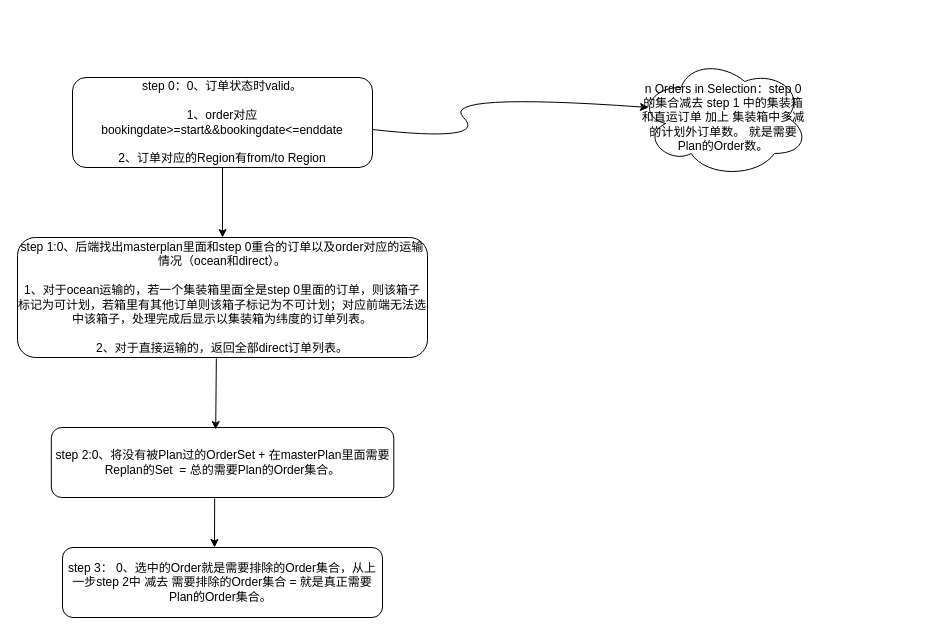
The draw.io diagram Untitled Diagram.drawio in qwertdafgdfg/java_Web-Shop, before the edit. Source tidied: cells renumbered, new cells numbered last; positions are measured from the earlier drawing's top-left corner, leaving out a move shared by most shapes. Both pictures are drawn from the tidied source at 100%, with x=0, y=0 at pixel (17, 57).
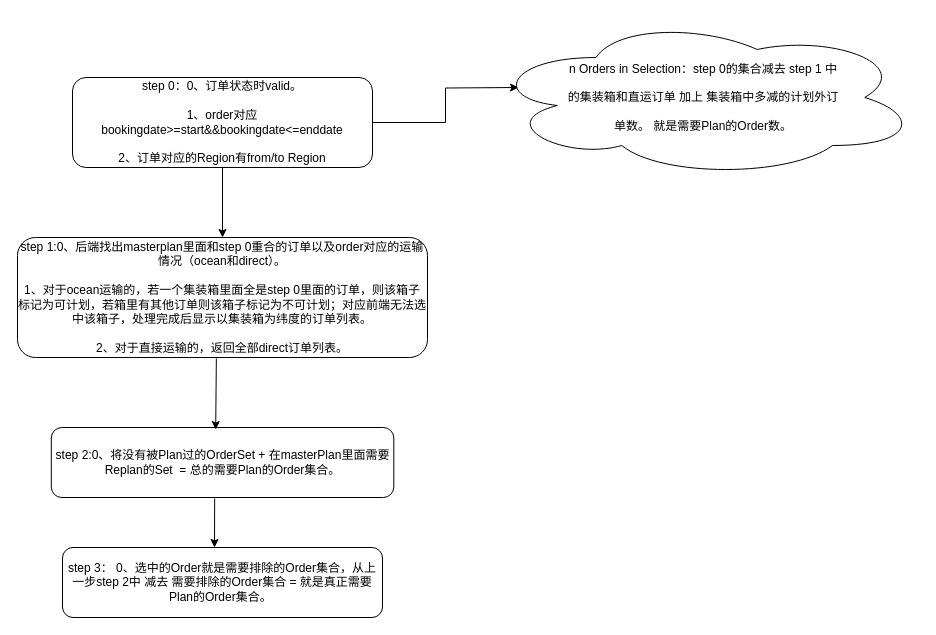
After the change.

What changed in the source:
```diff
@@
 <mxGraphModel>
   <root>
     <mxCell id="0" />
     <mxCell id="1" parent="0" />
+    <mxCell id="11" style="edgeStyle=orthogonalEdgeStyle;rounded=0;jettySize=auto;html=1;exitX=1;exitY=0.5;exitDx=0;exitDy=0;" parent="1" edge="1" source="2">
+      <mxGeometry relative="1" as="geometry">
+        <mxPoint x="501" y="30" as="targetPoint" />
+      </mxGeometry>
+    </mxCell>
     <mxCell id="2" value="step 0：0、订单状态时valid。&lt;br&gt;&lt;br&gt;1、order对应bookingdate&amp;gt;=start&amp;amp;&amp;amp;bookingdate&amp;lt;=enddate&lt;br&gt;&lt;br&gt;2、订单对应的Region有from/to Region" style="rounded=1;whiteSpace=wrap;html=1;" parent="1" vertex="1">
       <mxGeometry x="55" y="20" width="300" height="90" as="geometry" />
     </mxCell>
     <mxCell id="3" value="step 1:0、后端找出masterplan里面和step 0重合的订单以及order对应的运输情况（ocean和direct）。&lt;br&gt;&lt;br&gt;1、对于ocean运输的，若一个集装箱里面全是step 0里面的订单，则该箱子标记为可计划，若箱里有其他订单则该箱子标记为不可计划；对应前端无法选中该箱子，处理完成后显示以集装箱为纬度的订单列表。&lt;br&gt;&lt;br&gt;2、对于直接运输的，返回全部direct订单列表。" style="rounded=1;whiteSpace=wrap;html=1;" parent="1" vertex="1">
       <mxGeometry y="180" width="410" height="120" as="geometry" />
     </mxCell>
     <mxCell id="4" style="endArrow=classic;html=1;rounded=0;exitX=0.5;exitY=1;exitDx=0;exitDy=0;entryX=0.5;entryY=0;entryDx=0;entryDy=0;" parent="1" edge="1" source="2" target="3">
       <mxGeometry relative="1" as="geometry" />
     </mxCell>
     <mxCell id="5" value="step 2:0、将没有被Plan过的OrderSet + 在masterPlan里面需要Replan的Set&amp;nbsp; = 总的需要Plan的Order集合。" style="rounded=1;whiteSpace=wrap;html=1;" parent="1" vertex="1">
       <mxGeometry x="33.8" y="370" width="342.5" height="70" as="geometry" />
     </mxCell>
     <mxCell id="6" value="step 3： 0、选中的Order就是需要排除的Order集合，从上一步step 2中 减去 需要排除的Order集合 = 就是真正需要 Plan的Order集合。&amp;nbsp;" style="rounded=1;whiteSpace=wrap;html=1;" parent="1" vertex="1">
       <mxGeometry x="45" y="490" width="320" height="70" as="geometry" />
     </mxCell>
     <mxCell id="7" style="endArrow=classic;html=1;rounded=0;entryX=0.48;entryY=0.029;entryDx=0;entryDy=0;entryPerimeter=0;exitX=0.485;exitY=1.008;exitDx=0;exitDy=0;exitPerimeter=0;" parent="1" edge="1" source="3" target="5">
       <mxGeometry relative="1" as="geometry" />
     </mxCell>
     <mxCell id="8" style="endArrow=classic;html=1;rounded=0;exitX=0.477;exitY=1.014;exitDx=0;exitDy=0;exitPerimeter=0;entryX=0.475;entryY=0;entryDx=0;entryDy=0;entryPerimeter=0;" parent="1" edge="1" source="5" target="6">
       <mxGeometry relative="1" as="geometry" />
     </mxCell>
-    <mxCell id="9" value="n Orders in Selection：step 0的集合减去 step 1 中的集装箱和直运订单 加上 集装箱中多减的计划外订单数。 就是需要Plan的Order数。" style="ellipse;shape=cloud;whiteSpace=wrap;html=1;" parent="1" vertex="1">
-      <mxGeometry x="621" width="170" height="120" as="geometry" />
+    <mxCell id="9" value="n Orders in Selection：step 0的集合减去 step 1 中&lt;br&gt;&lt;br&gt;的集装箱和直运订单 加上 集装箱中多减的计划外订&lt;br&gt;&lt;br&gt;单数。 就是需要Plan的Order数。" style="ellipse;shape=cloud;whiteSpace=wrap;html=1;" parent="1" vertex="1">
+      <mxGeometry x="471" y="-40" width="430" height="160" as="geometry" />
     </mxCell>
-    <mxCell id="10" style="curved=1;endArrow=classic;html=1;rounded=0;exitX=1;exitY=0.578;exitDx=0;exitDy=0;exitPerimeter=0;" parent="1" edge="1" source="2">
-      <mxGeometry relative="1" as="geometry">
-        <mxPoint x="631" y="50" as="targetPoint" />
-        <Array as="points">
-          <mxPoint x="471" y="85" />
-          <mxPoint x="421" y="35" />
-        </Array>
-      </mxGeometry>
-    </mxCell>
   </root>
 </mxGraphModel>
```
